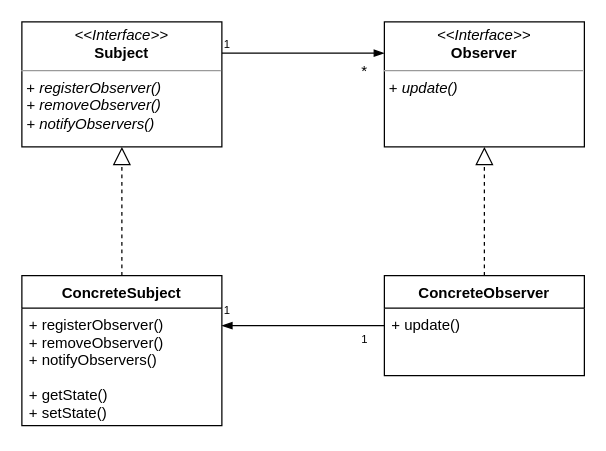
work-filip-ghimpeteanu/DesignPatterns keeps this draw.io diagram as observer/src/main/resources/Observer.drawio. Above is the earlier version. Source tidied: cells renumbered, new cells numbered last; positions are measured from the earlier drawing's top-left corner, leaving out a move shared by most shapes. Both pictures are drawn from the tidied source at 125%, with x=0, y=0 at pixel (21, 21).
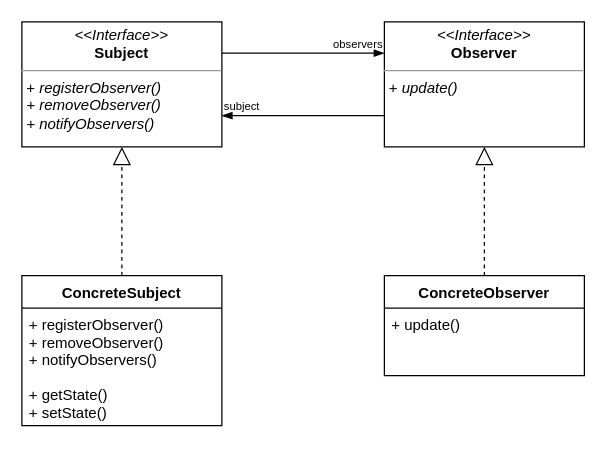
The same page after the edit.

The edit, as a diff of the source:
```diff
@@
 <mxGraphModel>
   <root>
     <mxCell id="0" />
     <mxCell id="1" parent="0" />
     <mxCell id="2" style="endArrow=block;dashed=1;endFill=0;endSize=12;html=1;exitX=0.5;exitY=0;exitDx=0;exitDy=0;entryX=0.5;entryY=1;entryDx=0;entryDy=0;" parent="1" edge="1" source="9" target="5">
       <mxGeometry relative="1" as="geometry" />
     </mxCell>
     <mxCell id="3" value="&lt;p style=&quot;margin: 0px ; margin-top: 4px ; text-align: center&quot;&gt;&lt;i&gt;&amp;lt;&amp;lt;Interface&amp;gt;&amp;gt;&lt;/i&gt;&lt;br&gt;&lt;b&gt;Observer&lt;/b&gt;&lt;/p&gt;&lt;hr size=&quot;1&quot;&gt;&lt;p style=&quot;margin: 0px ; margin-left: 4px&quot;&gt;+ &lt;i&gt;update()&lt;/i&gt;&lt;br&gt;&lt;/p&gt;" style="verticalAlign=top;align=left;overflow=fill;fontSize=12;fontFamily=Helvetica;html=1;" parent="1" vertex="1">
       <mxGeometry x="290" width="160" height="100" as="geometry" />
     </mxCell>
     <mxCell id="4" style="edgeStyle=orthogonalEdgeStyle;rounded=0;jettySize=auto;html=1;exitX=1;exitY=0.25;exitDx=0;exitDy=0;entryX=0;entryY=0.25;entryDx=0;entryDy=0;endArrow=blockThin;endFill=1;" parent="1" edge="1" source="5" target="3">
       <mxGeometry relative="1" as="geometry" />
     </mxCell>
     <mxCell id="5" value="&lt;p style=&quot;margin: 0px ; margin-top: 4px ; text-align: center&quot;&gt;&lt;i&gt;&amp;lt;&amp;lt;Interface&amp;gt;&amp;gt;&lt;/i&gt;&lt;br&gt;&lt;b&gt;Subject&lt;/b&gt;&lt;/p&gt;&lt;hr size=&quot;1&quot;&gt;&lt;p style=&quot;margin: 0px ; margin-left: 4px&quot;&gt;+ &lt;i&gt;registerObserver()&lt;/i&gt;&lt;/p&gt;&lt;p style=&quot;margin: 0px ; margin-left: 4px&quot;&gt;&lt;i&gt;+ removeObserver()&lt;/i&gt;&lt;/p&gt;&lt;p style=&quot;margin: 0px ; margin-left: 4px&quot;&gt;&lt;i&gt;+ notifyObservers()&lt;/i&gt;&lt;/p&gt;" style="verticalAlign=top;align=left;overflow=fill;fontSize=12;fontFamily=Helvetica;html=1;" parent="1" vertex="1">
       <mxGeometry width="160" height="100" as="geometry" />
     </mxCell>
-    <mxCell id="6" style="edgeStyle=orthogonalEdgeStyle;rounded=0;jettySize=auto;html=1;entryX=1;entryY=0.149;entryDx=0;entryDy=0;entryPerimeter=0;endArrow=blockThin;endFill=1;fontSize=9;" parent="1" edge="1" source="7" target="10">
+    <mxCell id="6" style="edgeStyle=orthogonalEdgeStyle;rounded=0;jettySize=auto;html=1;entryX=1;entryY=0.75;entryDx=0;entryDy=0;endArrow=blockThin;endFill=1;fontSize=9;exitX=0;exitY=0.75;exitDx=0;exitDy=0;" parent="1" edge="1" source="3" target="5">
       <mxGeometry relative="1" as="geometry" />
     </mxCell>
     <mxCell id="7" value="ConcreteObserver" style="swimlane;fontStyle=1;align=center;verticalAlign=top;horizontal=1;startSize=26;" parent="1" vertex="1">
       <mxGeometry x="290" y="203" width="160" height="80" as="geometry" />
     </mxCell>
     <mxCell id="8" value="+ update()" style="text;strokeColor=none;fillColor=none;align=left;verticalAlign=top;spacingLeft=4;spacingRight=4;overflow=hidden;" parent="7" vertex="1">
       <mxGeometry y="26" width="160" height="54" as="geometry" />
     </mxCell>
     <mxCell id="9" value="ConcreteSubject" style="swimlane;fontStyle=1;align=center;verticalAlign=top;horizontal=1;startSize=26;" parent="1" vertex="1">
       <mxGeometry y="203" width="160" height="120" as="geometry" />
     </mxCell>
     <mxCell id="10" value="+ registerObserver()&#10;+ removeObserver()&#10;+ notifyObservers()&#10;&#10;+ getState()&#10;+ setState()" style="text;strokeColor=none;fillColor=none;align=left;verticalAlign=top;spacingLeft=4;spacingRight=4;overflow=hidden;points=[[0,0.5],[1,0.5]];portConstraint=eastwest;" parent="9" vertex="1">
       <mxGeometry y="26" width="160" height="94" as="geometry" />
     </mxCell>
     <mxCell id="11" style="endArrow=block;dashed=1;endFill=0;endSize=12;html=1;exitX=0.5;exitY=0;exitDx=0;exitDy=0;entryX=0.5;entryY=1;entryDx=0;entryDy=0;" parent="1" edge="1" source="7" target="3">
       <mxGeometry relative="1" as="geometry" />
     </mxCell>
-    <mxCell id="12" value="1" style="text;html=1;align=left;verticalAlign=top;spacingTop=-4;fontSize=9;" parent="1" vertex="1">
-      <mxGeometry x="160" y="10" width="20" height="20" as="geometry" />
-    </mxCell>
-    <mxCell id="13" value="*" style="text;html=1;align=left;verticalAlign=top;spacingTop=-4;" parent="1" vertex="1">
-      <mxGeometry x="270" y="30" width="20" height="20" as="geometry" />
-    </mxCell>
-    <mxCell id="14" value="1" style="text;html=1;align=left;verticalAlign=top;spacingTop=-4;fontSize=9;" parent="1" vertex="1">
-      <mxGeometry x="270" y="246" width="20" height="20" as="geometry" />
-    </mxCell>
-    <mxCell id="15" value="1" style="text;html=1;align=left;verticalAlign=top;spacingTop=-4;fontSize=9;" parent="1" vertex="1">
-      <mxGeometry x="160" y="223" width="20" height="20" as="geometry" />
+    <mxCell id="15" value="observers" style="text;html=1;align=right;verticalAlign=top;spacingTop=-4;fontSize=9;" parent="1" vertex="1">
+      <mxGeometry x="230" y="10" width="60" height="10" as="geometry" />
     </mxCell>
+    <mxCell id="16" value="subject" style="text;html=1;align=left;verticalAlign=top;spacingTop=-4;fontSize=9;" parent="1" vertex="1">
+      <mxGeometry x="160" y="60" width="40" height="10" as="geometry" />
+    </mxCell>
   </root>
 </mxGraphModel>
```
